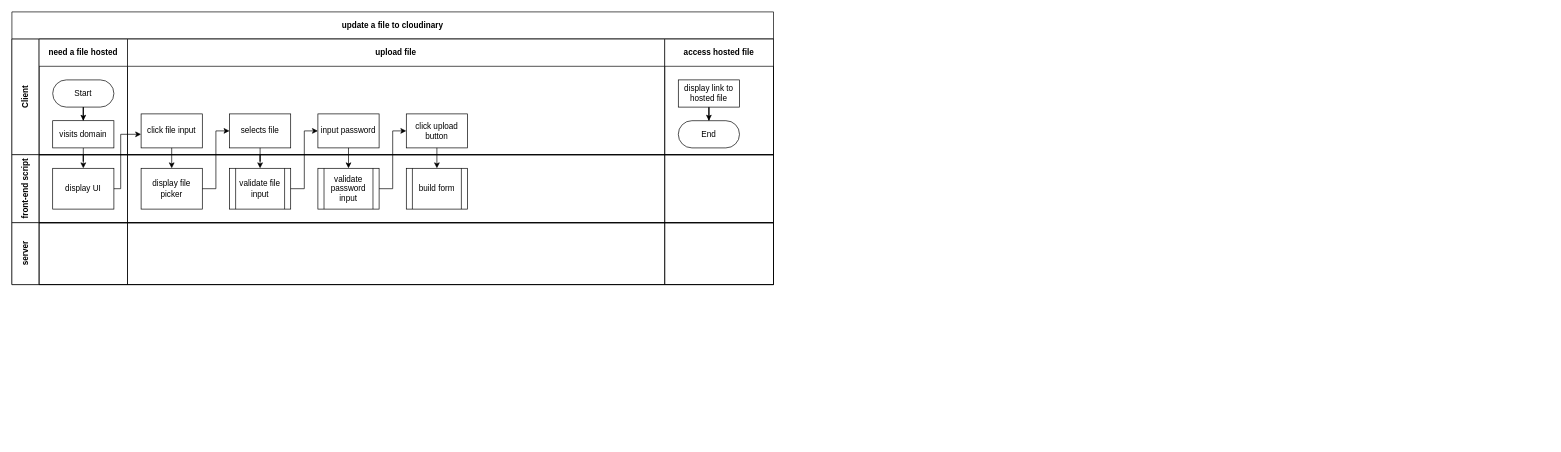
samuelfox1/cloudinary-multer-multimedia-uploader keeps this draw.io diagram as process.drawio. Above is the earlier version. Source tidied: cells renumbered, new cells numbered last; positions are measured from the earlier drawing's top-left corner, leaving out a move shared by most shapes. Both pictures are drawn from the tidied source at 68%, with x=0, y=0 at pixel (12, 12).
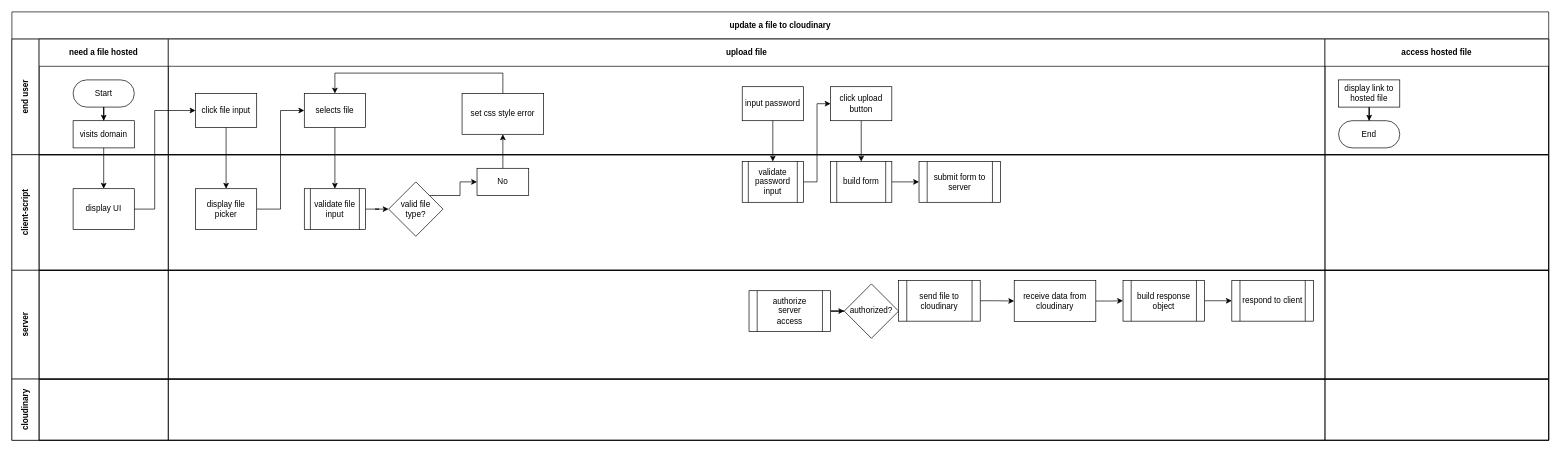
The same page after the edit.

What changed in the source:
```diff
@@
     <mxCell id="2" value="update a file to cloudinary" style="shape=table;childLayout=tableLayout;rowLines=0;columnLines=0;startSize=40;html=1;whiteSpace=wrap;fontStyle=1;" parent="1" vertex="1">
-      <mxGeometry width="1120" height="401" as="geometry" />
+      <mxGeometry width="2260" height="630" as="geometry" />
     </mxCell>
-    <mxCell id="3" style="edgeStyle=orthogonalEdgeStyle;rounded=0;jettySize=auto;html=1;" parent="2" edge="1" source="8" target="20">
-      <mxGeometry relative="1" as="geometry" />
-    </mxCell>
-    <mxCell id="4" value="Client" style="swimlane;horizontal=0;startSize=40;html=1;whiteSpace=wrap;" parent="2" vertex="1">
-      <mxGeometry y="40" width="1120" height="170" as="geometry" />
+    <mxCell id="4" value="end user" style="swimlane;horizontal=0;startSize=40;html=1;whiteSpace=wrap;" parent="2" vertex="1">
+      <mxGeometry y="40" width="2260" height="170" as="geometry" />
     </mxCell>
     <mxCell id="5" value="need a file hosted" style="swimlane;startSize=40;html=1;whiteSpace=wrap;" parent="4" vertex="1">
-      <mxGeometry x="40" width="130" height="170" as="geometry" />
+      <mxGeometry x="40" width="190" height="170" as="geometry" />
     </mxCell>
@@
     <mxCell id="7" value="Start" style="rounded=1;whiteSpace=wrap;html=1;arcSize=50;" parent="5" vertex="1">
-      <mxGeometry x="20" y="60" width="90" height="40" as="geometry" />
+      <mxGeometry x="50" y="60" width="90" height="40" as="geometry" />
     </mxCell>
     <mxCell id="8" value="visits domain" style="rounded=0;whiteSpace=wrap;html=1;" parent="5" vertex="1">
-      <mxGeometry x="20" y="120" width="90" height="40" as="geometry" />
+      <mxGeometry x="50" y="120" width="90" height="40" as="geometry" />
     </mxCell>
     <mxCell id="9" value="upload file" style="swimlane;startSize=40;html=1;whiteSpace=wrap;" parent="4" vertex="1">
-      <mxGeometry x="170" width="790" height="170" as="geometry" />
+      <mxGeometry x="230" width="1701" height="170" as="geometry" />
     </mxCell>
     <mxCell id="10" value="click file input" style="rounded=0;whiteSpace=wrap;html=1;" parent="9" vertex="1">
-      <mxGeometry x="20" y="110" width="90" height="50" as="geometry" />
+      <mxGeometry x="40" y="80" width="90" height="50" as="geometry" />
     </mxCell>
     <mxCell id="11" value="selects file" style="rounded=0;whiteSpace=wrap;html=1;" parent="9" vertex="1">
-      <mxGeometry x="150" y="110" width="90" height="50" as="geometry" />
+      <mxGeometry x="200" y="80" width="90" height="50" as="geometry" />
     </mxCell>
     <mxCell id="12" value="input password" style="rounded=0;whiteSpace=wrap;html=1;" parent="9" vertex="1">
-      <mxGeometry x="280" y="110" width="90" height="50" as="geometry" />
+      <mxGeometry x="844" y="70" width="90" height="50" as="geometry" />
     </mxCell>
     <mxCell id="13" value="click upload button" style="rounded=0;whiteSpace=wrap;html=1;" parent="9" vertex="1">
-      <mxGeometry x="410" y="110" width="90" height="50" as="geometry" />
+      <mxGeometry x="974" y="70" width="90" height="50" as="geometry" />
     </mxCell>
+    <mxCell id="39" style="edgeStyle=orthogonalEdgeStyle;rounded=0;jettySize=auto;html=1;exitX=0.5;exitY=0;exitDx=0;exitDy=0;entryX=0.5;entryY=0;entryDx=0;entryDy=0;" parent="9" edge="1" source="40" target="11">
+      <mxGeometry relative="1" as="geometry">
+        <Array as="points">
+          <mxPoint x="492" y="50" />
+          <mxPoint x="245" y="50" />
+        </Array>
+      </mxGeometry>
+    </mxCell>
+    <mxCell id="40" value="set css style error" style="whiteSpace=wrap;html=1;" parent="9" vertex="1">
+      <mxGeometry x="432" y="80" width="120" height="60" as="geometry" />
+    </mxCell>
     <mxCell id="14" value="access hosted file" style="swimlane;startSize=40;html=1;whiteSpace=wrap;" parent="4" vertex="1">
-      <mxGeometry x="960" width="160" height="170" as="geometry" />
+      <mxGeometry x="1931" width="329" height="170" as="geometry" />
     </mxCell>
@@
+    <mxCell id="36" style="edgeStyle=orthogonalEdgeStyle;rounded=0;jettySize=auto;html=1;exitX=0.5;exitY=1;exitDx=0;exitDy=0;entryX=0.5;entryY=0;entryDx=0;entryDy=0;" parent="2" edge="1" source="12" target="24">
+      <mxGeometry relative="1" as="geometry" />
+    </mxCell>
+    <mxCell id="37" style="edgeStyle=orthogonalEdgeStyle;rounded=0;jettySize=auto;html=1;exitX=1;exitY=0.5;exitDx=0;exitDy=0;entryX=0;entryY=0.5;entryDx=0;entryDy=0;" parent="2" edge="1" source="24" target="13">
+      <mxGeometry relative="1" as="geometry" />
+    </mxCell>
+    <mxCell id="38" style="edgeStyle=orthogonalEdgeStyle;rounded=0;jettySize=auto;html=1;exitX=0.5;exitY=1;exitDx=0;exitDy=0;entryX=0.5;entryY=0;entryDx=0;entryDy=0;" parent="2" edge="1" source="13" target="25">
+      <mxGeometry relative="1" as="geometry" />
+    </mxCell>
+    <mxCell id="3" style="edgeStyle=orthogonalEdgeStyle;rounded=0;jettySize=auto;html=1;" parent="2" edge="1" source="8" target="20">
+      <mxGeometry relative="1" as="geometry" />
+    </mxCell>
+    <mxCell id="34" style="edgeStyle=orthogonalEdgeStyle;rounded=0;jettySize=auto;html=1;exitX=1;exitY=0.5;exitDx=0;exitDy=0;entryX=0;entryY=0.5;entryDx=0;entryDy=0;" parent="2" edge="1" source="23" target="11">
+      <mxGeometry relative="1" as="geometry" />
+    </mxCell>
+    <mxCell id="33" style="edgeStyle=orthogonalEdgeStyle;rounded=0;jettySize=auto;html=1;exitX=0.5;exitY=1;exitDx=0;exitDy=0;entryX=0.5;entryY=0;entryDx=0;entryDy=0;" parent="2" edge="1" source="10" target="23">
+      <mxGeometry relative="1" as="geometry" />
+    </mxCell>
+    <mxCell id="28" style="edgeStyle=orthogonalEdgeStyle;rounded=0;jettySize=auto;html=1;exitX=0.5;exitY=1;exitDx=0;exitDy=0;entryX=0.5;entryY=0;entryDx=0;entryDy=0;" parent="2" edge="1" source="11" target="22">
+      <mxGeometry relative="1" as="geometry" />
+    </mxCell>
-    <mxCell id="18" value="front-end script" style="swimlane;horizontal=0;startSize=40;html=1;whiteSpace=wrap;" parent="2" vertex="1">
-      <mxGeometry y="210" width="1120" height="100" as="geometry" />
+    <mxCell id="18" value="client-script" style="swimlane;horizontal=0;startSize=40;html=1;whiteSpace=wrap;" parent="2" vertex="1">
+      <mxGeometry y="210" width="2260" height="170" as="geometry" />
     </mxCell>
     <mxCell id="19" style="swimlane;startSize=0;html=1;whiteSpace=wrap;" parent="18" vertex="1">
-      <mxGeometry x="40" width="130" height="100" as="geometry" />
+      <mxGeometry x="40" width="190" height="170" as="geometry" />
     </mxCell>
     <mxCell id="20" value="display UI" style="rounded=0;whiteSpace=wrap;html=1;" parent="19" vertex="1">
-      <mxGeometry x="20" y="20" width="90" height="60" as="geometry" />
+      <mxGeometry x="50" y="50" width="90" height="60" as="geometry" />
     </mxCell>
     <mxCell id="21" style="swimlane;startSize=0;html=1;whiteSpace=wrap;" parent="18" vertex="1">
-      <mxGeometry x="170" width="790" height="100" as="geometry" />
+      <mxGeometry x="230" width="1701" height="170" as="geometry" />
     </mxCell>
+    <mxCell id="41" style="edgeStyle=orthogonalEdgeStyle;rounded=0;jettySize=auto;html=1;" parent="21" edge="1" source="22" target="45">
+      <mxGeometry relative="1" as="geometry" />
+    </mxCell>
     <mxCell id="22" value="validate file&lt;br&gt;input" style="shape=process;whiteSpace=wrap;html=1;backgroundOutline=1;" parent="21" vertex="1">
-      <mxGeometry x="150" y="20" width="90" height="60" as="geometry" />
+      <mxGeometry x="200" y="50" width="90" height="60" as="geometry" />
     </mxCell>
     <mxCell id="23" value="display file picker" style="rounded=0;whiteSpace=wrap;html=1;shadow=0;glass=0;sketch=0;fillColor=default;gradientColor=none;" parent="21" vertex="1">
-      <mxGeometry x="20" y="20" width="90" height="60" as="geometry" />
+      <mxGeometry x="40" y="50" width="90" height="60" as="geometry" />
     </mxCell>
     <mxCell id="24" value="validate password&lt;br&gt;input" style="shape=process;whiteSpace=wrap;html=1;backgroundOutline=1;" parent="21" vertex="1">
-      <mxGeometry x="280" y="20" width="90" height="60" as="geometry" />
+      <mxGeometry x="844" y="10" width="90" height="60" as="geometry" />
     </mxCell>
+    <mxCell id="42" style="edgeStyle=orthogonalEdgeStyle;rounded=0;jettySize=auto;html=1;" parent="21" edge="1" source="25" target="43">
+      <mxGeometry relative="1" as="geometry" />
+    </mxCell>
     <mxCell id="25" value="build form" style="shape=process;whiteSpace=wrap;html=1;backgroundOutline=1;rounded=0;shadow=0;glass=0;sketch=0;fillColor=default;gradientColor=none;" parent="21" vertex="1">
-      <mxGeometry x="410" y="20" width="90" height="60" as="geometry" />
+      <mxGeometry x="974" y="10" width="90" height="60" as="geometry" />
     </mxCell>
+    <mxCell id="43" value="submit form to server" style="shape=process;whiteSpace=wrap;html=1;backgroundOutline=1;rounded=0;shadow=0;glass=0;sketch=0;fillColor=default;gradientColor=none;" parent="21" vertex="1">
+      <mxGeometry x="1104" y="10" width="120" height="60" as="geometry" />
+    </mxCell>
+    <mxCell id="44" style="edgeStyle=orthogonalEdgeStyle;rounded=0;jettySize=auto;html=1;exitX=1;exitY=0;exitDx=0;exitDy=0;entryX=0;entryY=0.5;entryDx=0;entryDy=0;" parent="21" edge="1" source="45" target="46">
+      <mxGeometry relative="1" as="geometry" />
+    </mxCell>
+    <mxCell id="45" value="valid file &lt;br&gt;type?" style="rhombus;whiteSpace=wrap;html=1;" parent="21" vertex="1">
+      <mxGeometry x="324" y="40" width="80" height="80" as="geometry" />
+    </mxCell>
+    <mxCell id="46" value="No" style="whiteSpace=wrap;html=1;" parent="21" vertex="1">
+      <mxGeometry x="454" y="20" width="76" height="40" as="geometry" />
+    </mxCell>
     <mxCell id="26" style="swimlane;startSize=0;html=1;whiteSpace=wrap;" parent="18" vertex="1">
-      <mxGeometry x="960" width="160" height="100" as="geometry" />
+      <mxGeometry x="1931" width="329" height="170" as="geometry" />
     </mxCell>
-    <mxCell id="27" style="edgeStyle=orthogonalEdgeStyle;rounded=0;jettySize=auto;html=1;" parent="2" edge="1" source="20" target="10">
-      <mxGeometry relative="1" as="geometry">
-        <Array as="points">
-          <mxPoint x="160" y="260" />
-          <mxPoint x="160" y="180" />
-        </Array>
-      </mxGeometry>
-    </mxCell>
-    <mxCell id="28" style="edgeStyle=orthogonalEdgeStyle;rounded=0;jettySize=auto;html=1;entryX=0.5;entryY=0;entryDx=0;entryDy=0;" parent="2" edge="1" source="11" target="22">
-      <mxGeometry relative="1" as="geometry" />
-    </mxCell>
     <mxCell id="29" value="server" style="swimlane;horizontal=0;startSize=40;html=1;whiteSpace=wrap;swimlaneFillColor=none;gradientColor=none;fillColor=default;" parent="2" vertex="1">
-      <mxGeometry y="310" width="1120" height="91" as="geometry" />
+      <mxGeometry y="380" width="2260" height="160" as="geometry" />
     </mxCell>
     <mxCell id="30" style="swimlane;startSize=0;html=1;whiteSpace=wrap;" parent="29" vertex="1">
-      <mxGeometry x="40" width="130" height="91" as="geometry" />
+      <mxGeometry x="40" width="190" height="160" as="geometry" />
     </mxCell>
-    <mxCell id="31" style="swimlane;startSize=0;html=1;whiteSpace=wrap;" parent="29" vertex="1">
-      <mxGeometry x="170" width="790" height="91" as="geometry" />
+    <mxCell id="31" style="swimlane;startSize=0;html=1;whiteSpace=wrap;perimeter=trianglePerimeter;" parent="29" vertex="1">
+      <mxGeometry x="230" width="1701" height="160" as="geometry" />
     </mxCell>
+    <mxCell id="47" style="edgeStyle=orthogonalEdgeStyle;rounded=0;jettySize=auto;html=1;" parent="31" edge="1" source="48" target="56">
+      <mxGeometry relative="1" as="geometry" />
+    </mxCell>
+    <mxCell id="48" value="authorize&lt;br&gt;server&lt;br&gt;access" style="shape=process;whiteSpace=wrap;html=1;backgroundOutline=1;rounded=0;shadow=0;glass=0;sketch=0;fillColor=default;gradientColor=none;" parent="31" vertex="1">
+      <mxGeometry x="854" y="30" width="120" height="60" as="geometry" />
+    </mxCell>
+    <mxCell id="49" style="edgeStyle=orthogonalEdgeStyle;rounded=0;jettySize=auto;html=1;exitX=1;exitY=0.5;exitDx=0;exitDy=0;entryX=0;entryY=0.5;entryDx=0;entryDy=0;" parent="31" edge="1" source="50" target="52">
+      <mxGeometry relative="1" as="geometry" />
+    </mxCell>
+    <mxCell id="50" value="receive data from cloudinary" style="whiteSpace=wrap;html=1;rounded=0;shadow=0;glass=0;sketch=0;gradientColor=none;" parent="31" vertex="1">
+      <mxGeometry x="1244" y="15.2" width="120" height="60" as="geometry" />
+    </mxCell>
+    <mxCell id="51" style="edgeStyle=orthogonalEdgeStyle;rounded=0;jettySize=auto;html=1;" parent="31" edge="1" source="52" target="53">
+      <mxGeometry relative="1" as="geometry" />
+    </mxCell>
+    <mxCell id="52" value="build response object" style="shape=process;whiteSpace=wrap;html=1;backgroundOutline=1;rounded=0;shadow=0;glass=0;sketch=0;fillColor=default;gradientColor=none;" parent="31" vertex="1">
+      <mxGeometry x="1404" y="14.8" width="120" height="60" as="geometry" />
+    </mxCell>
+    <mxCell id="53" value="respond to client" style="shape=process;whiteSpace=wrap;html=1;backgroundOutline=1;rounded=0;shadow=0;glass=0;sketch=0;fillColor=default;gradientColor=none;" parent="31" vertex="1">
+      <mxGeometry x="1564" y="14.8" width="120" height="60" as="geometry" />
+    </mxCell>
+    <mxCell id="54" value="send file to cloudinary" style="shape=process;whiteSpace=wrap;html=1;backgroundOutline=1;rounded=0;shadow=0;glass=0;sketch=0;fillColor=default;gradientColor=none;" parent="31" vertex="1">
+      <mxGeometry x="1074" y="14.8" width="120" height="60" as="geometry" />
+    </mxCell>
+    <mxCell id="55" style="edgeStyle=orthogonalEdgeStyle;rounded=0;jettySize=auto;html=1;" parent="31" edge="1" source="54" target="50">
+      <mxGeometry relative="1" as="geometry" />
+    </mxCell>
+    <mxCell id="56" value="authorized?" style="rhombus;whiteSpace=wrap;html=1;rounded=0;shadow=0;glass=0;sketch=0;gradientColor=none;" parent="31" vertex="1">
+      <mxGeometry x="994" y="20" width="80" height="80" as="geometry" />
+    </mxCell>
     <mxCell id="32" style="swimlane;startSize=0;html=1;whiteSpace=wrap;" parent="29" vertex="1">
-      <mxGeometry x="960" width="160" height="91" as="geometry" />
+      <mxGeometry x="1931" width="329" height="160" as="geometry" />
     </mxCell>
-    <mxCell id="33" style="edgeStyle=orthogonalEdgeStyle;rounded=0;jettySize=auto;html=1;exitX=0.5;exitY=1;exitDx=0;exitDy=0;entryX=0.5;entryY=0;entryDx=0;entryDy=0;" parent="2" edge="1" source="10" target="23">
-      <mxGeometry relative="1" as="geometry" />
-    </mxCell>
-    <mxCell id="34" style="edgeStyle=orthogonalEdgeStyle;rounded=0;jettySize=auto;html=1;exitX=1;exitY=0.5;exitDx=0;exitDy=0;entryX=0;entryY=0.5;entryDx=0;entryDy=0;" parent="2" edge="1" source="23" target="11">
-      <mxGeometry relative="1" as="geometry" />
-    </mxCell>
-    <mxCell id="35" style="edgeStyle=orthogonalEdgeStyle;rounded=0;jettySize=auto;html=1;exitX=1;exitY=0.5;exitDx=0;exitDy=0;entryX=0;entryY=0.5;entryDx=0;entryDy=0;" parent="2" edge="1" source="22" target="12">
-      <mxGeometry relative="1" as="geometry" />
-    </mxCell>
-    <mxCell id="36" style="edgeStyle=orthogonalEdgeStyle;rounded=0;jettySize=auto;html=1;exitX=0.5;exitY=1;exitDx=0;exitDy=0;entryX=0.5;entryY=0;entryDx=0;entryDy=0;" parent="2" edge="1" source="12" target="24">
-      <mxGeometry relative="1" as="geometry" />
-    </mxCell>
-    <mxCell id="37" style="edgeStyle=orthogonalEdgeStyle;rounded=0;jettySize=auto;html=1;exitX=1;exitY=0.5;exitDx=0;exitDy=0;entryX=0;entryY=0.5;entryDx=0;entryDy=0;" parent="2" edge="1" source="24" target="13">
-      <mxGeometry relative="1" as="geometry" />
-    </mxCell>
-    <mxCell id="38" style="edgeStyle=orthogonalEdgeStyle;rounded=0;jettySize=auto;html=1;exitX=0.5;exitY=1;exitDx=0;exitDy=0;entryX=0.5;entryY=0;entryDx=0;entryDy=0;" parent="2" edge="1" source="13" target="25">
-      <mxGeometry relative="1" as="geometry" />
-    </mxCell>
+    <mxCell id="57" value="cloudinary" style="swimlane;horizontal=0;startSize=40;html=1;whiteSpace=wrap;swimlaneFillColor=none;gradientColor=none;fillColor=default;" parent="2" vertex="1">
+      <mxGeometry y="540" width="2260" height="90" as="geometry" />
+    </mxCell>
+    <mxCell id="58" style="swimlane;startSize=0;html=1;whiteSpace=wrap;" parent="57" vertex="1">
+      <mxGeometry x="40" width="190" height="90" as="geometry" />
+    </mxCell>
+    <mxCell id="59" style="swimlane;startSize=0;html=1;whiteSpace=wrap;" parent="57" vertex="1">
+      <mxGeometry x="230" width="1701" height="90" as="geometry" />
+    </mxCell>
+    <mxCell id="60" style="swimlane;startSize=0;html=1;whiteSpace=wrap;" parent="57" vertex="1">
+      <mxGeometry x="1931" width="329" height="90" as="geometry" />
+    </mxCell>
+    <mxCell id="27" style="edgeStyle=orthogonalEdgeStyle;rounded=0;jettySize=auto;html=1;exitX=1;exitY=0.5;exitDx=0;exitDy=0;entryX=0;entryY=0.5;entryDx=0;entryDy=0;" parent="2" edge="1" source="20" target="10">
+      <mxGeometry relative="1" as="geometry">
+        <Array as="points">
+          <mxPoint x="210" y="290" />
+          <mxPoint x="210" y="145" />
+        </Array>
+      </mxGeometry>
+    </mxCell>
+    <mxCell id="61" style="edgeStyle=orthogonalEdgeStyle;rounded=0;jettySize=auto;html=1;" parent="2" edge="1" source="46" target="40">
+      <mxGeometry relative="1" as="geometry" />
+    </mxCell>
```
